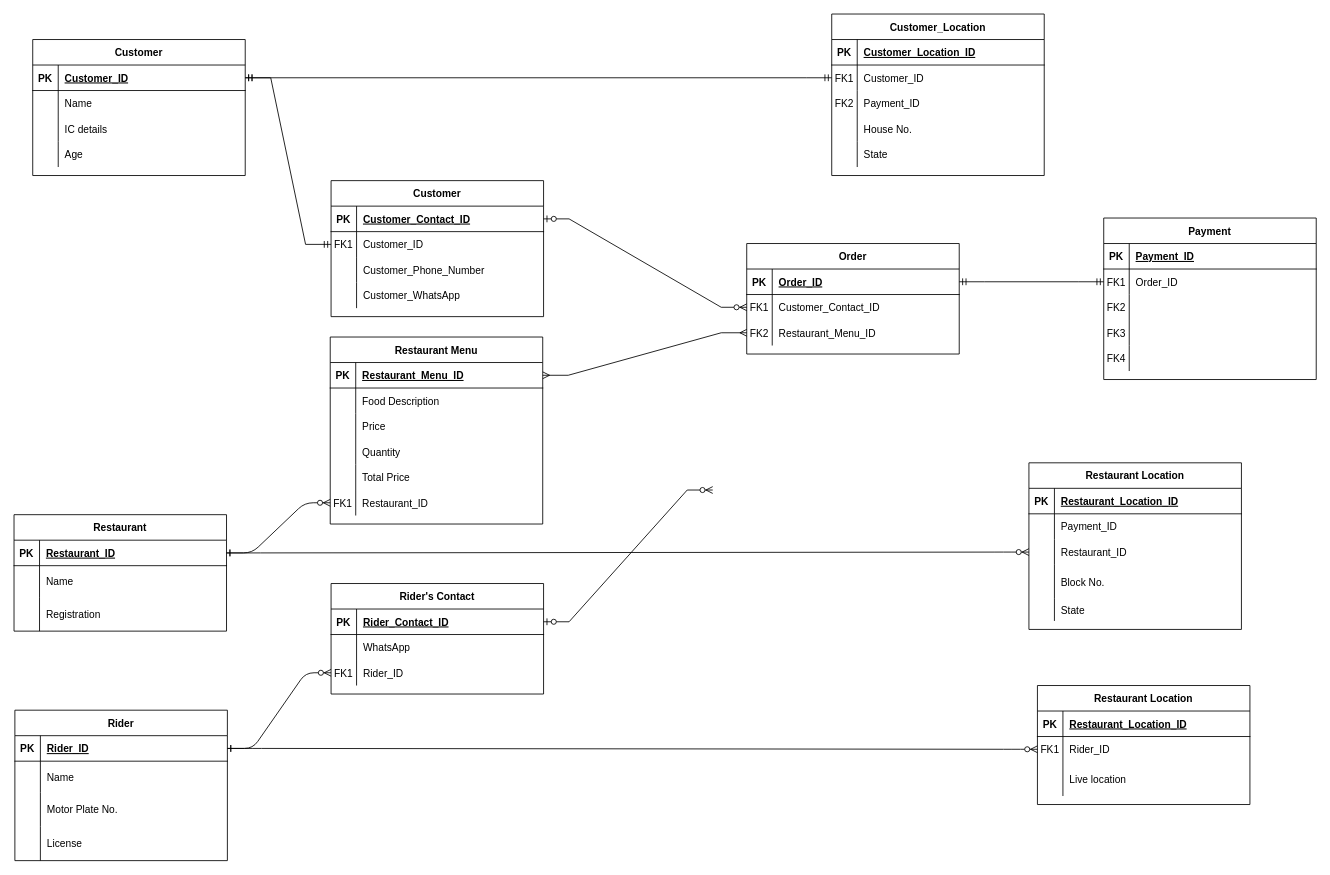
The draw.io diagram KuchingERD.drawio in AmirAini/BackEndDay1, before the edit. Source tidied: cells renumbered, new cells numbered last; positions are measured from the earlier drawing's top-left corner, leaving out a move shared by most shapes. Both pictures are drawn from the tidied source at 85%, with x=0, y=0 at pixel (14, 14).
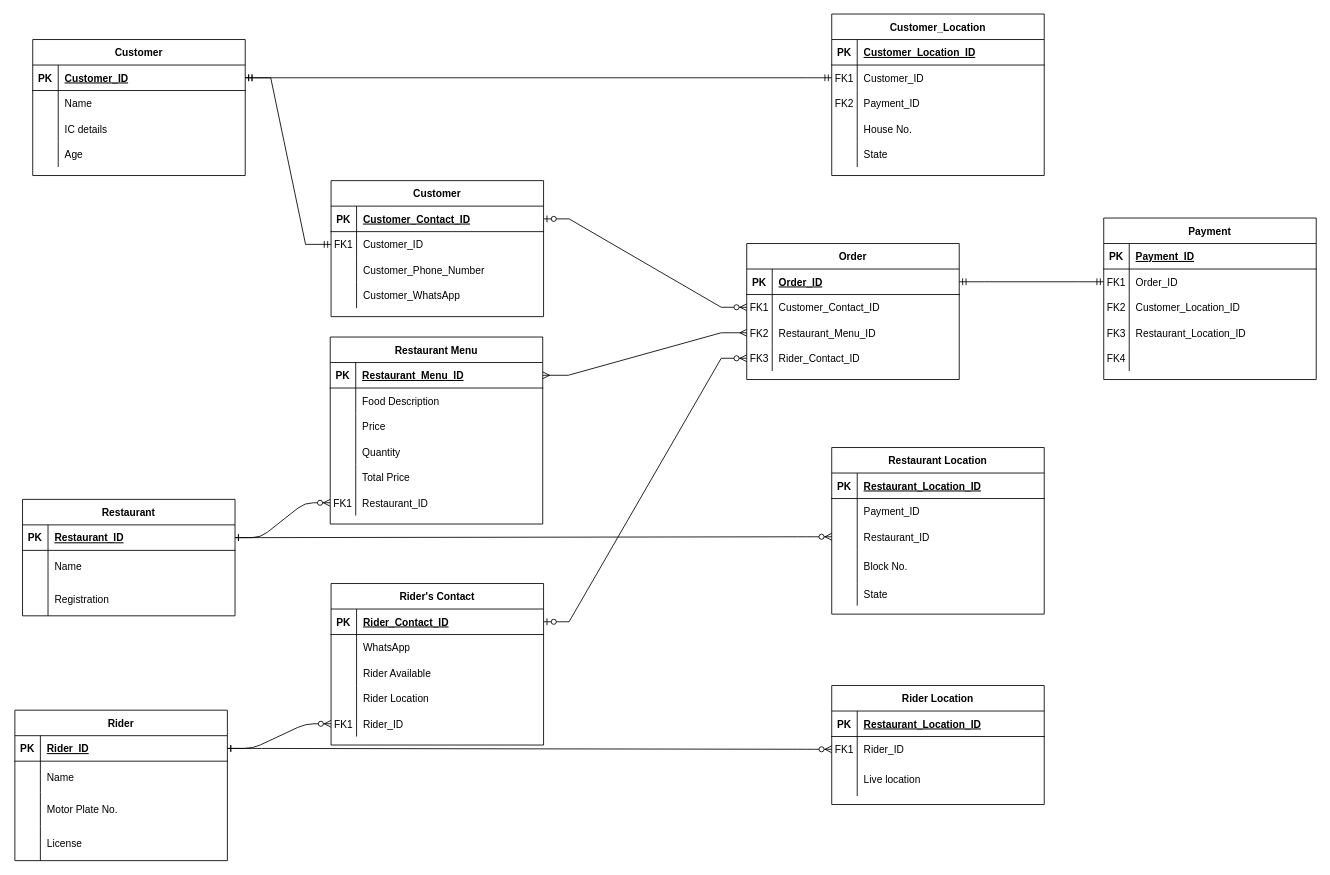
Above is the later version.

Unchanged cells that the change refers to:
```xml
<mxCell id="111" style="shape=partialRectangle;fillColor=none;top=0;left=0;right=0;bottom=0;" parent="104" vertex="1">
  <mxGeometry y="90" width="250" height="30" as="geometry" />
</mxCell>
<mxCell id="114" style="shape=partialRectangle;fillColor=none;top=0;left=0;right=0;bottom=0;" parent="104" vertex="1">
  <mxGeometry y="120" width="250" height="30" as="geometry" />
</mxCell>
<mxCell id="135" style="shape=partialRectangle;fillColor=none;points=[[0,0.5],[1,0.5]];portConstraint=eastwest;top=0;left=0;right=0;bottom=1;" parent="134" vertex="1">
  <mxGeometry y="30" width="250" height="30" as="geometry" />
</mxCell>
```

Diff of the diagram source:
```diff
@@
     <mxCell id="47" value="Restaurant" style="shape=table;startSize=30;childLayout=tableLayout;rowLines=0;fontStyle=1;align=center;" parent="1" vertex="1">
-      <mxGeometry y="589" width="250" height="137" as="geometry" />
+      <mxGeometry x="10" y="571" width="250" height="137" as="geometry" />
     </mxCell>
@@
     <mxCell id="58" value="Order" style="shape=table;startSize=30;childLayout=tableLayout;rowLines=0;fontStyle=1;align=center;" parent="1" vertex="1">
-      <mxGeometry x="862" y="270" width="250" height="130" as="geometry" />
+      <mxGeometry x="862" y="270" width="250" height="160" as="geometry" />
     </mxCell>
@@
+    <mxCell id="158" style="shape=partialRectangle;fillColor=none;points=[[0,0.5],[1,0.5]];portConstraint=eastwest;top=0;left=0;right=0;bottom=0;" parent="58" vertex="1">
+      <mxGeometry y="120" width="250" height="30" as="geometry" />
+    </mxCell>
+    <mxCell id="159" value="FK3" style="shape=partialRectangle;overflow=hidden;fillColor=none;top=0;left=0;bottom=0;right=0;" parent="158" vertex="1">
+      <mxGeometry width="30" height="30" as="geometry" />
+    </mxCell>
+    <mxCell id="160" value="Rider_Contact_ID" style="shape=partialRectangle;overflow=hidden;fillColor=none;top=0;left=0;bottom=0;right=0;align=left;spacingLeft=6;" parent="158" vertex="1">
+      <mxGeometry x="30" width="220" height="30" as="geometry" />
+    </mxCell>
     <mxCell id="68" value="Restaurant Location" style="shape=table;startSize=30;childLayout=tableLayout;rowLines=0;fontStyle=1;align=center;" parent="1" vertex="1">
-      <mxGeometry x="1194" y="528" width="250" height="196" as="geometry" />
+      <mxGeometry x="962" y="510" width="250" height="196" as="geometry" />
     </mxCell>
@@
-    <mxCell id="113" style="shape=partialRectangle;overflow=hidden;fillColor=none;top=0;left=0;bottom=0;right=0;align=left;spacingLeft=6;" parent="111" vertex="1">
+    <mxCell id="113" value="Customer_Location_ID" style="shape=partialRectangle;overflow=hidden;fillColor=none;top=0;left=0;bottom=0;right=0;align=left;spacingLeft=6;" parent="111" vertex="1">
       <mxGeometry x="30" width="220" height="30" as="geometry" />
     </mxCell>
@@
-    <mxCell id="116" style="shape=partialRectangle;overflow=hidden;fillColor=none;top=0;left=0;bottom=0;right=0;align=left;spacingLeft=6;" parent="114" vertex="1">
+    <mxCell id="116" value="Restaurant_Location_ID" style="shape=partialRectangle;overflow=hidden;fillColor=none;top=0;left=0;bottom=0;right=0;align=left;spacingLeft=6;" parent="114" vertex="1">
       <mxGeometry x="30" width="220" height="30" as="geometry" />
     </mxCell>
@@
     <mxCell id="134" value="Rider's Contact" style="shape=table;startSize=30;childLayout=tableLayout;rowLines=0;fontStyle=1;align=center;" parent="1" vertex="1">
-      <mxGeometry x="373" y="670" width="250" height="130" as="geometry" />
+      <mxGeometry x="373" y="670" width="250" height="190" as="geometry" />
     </mxCell>
@@
+    <mxCell id="161" style="shape=partialRectangle;fillColor=none;top=0;left=0;right=0;bottom=0;" parent="134" vertex="1">
+      <mxGeometry y="90" width="250" height="30" as="geometry" />
+    </mxCell>
+    <mxCell id="162" style="shape=partialRectangle;overflow=hidden;fillColor=none;top=0;left=0;bottom=0;right=0;" parent="161" vertex="1">
+      <mxGeometry width="30" height="30" as="geometry" />
+    </mxCell>
+    <mxCell id="163" value="Rider Available" style="shape=partialRectangle;overflow=hidden;fillColor=none;top=0;left=0;bottom=0;right=0;align=left;spacingLeft=6;" parent="161" vertex="1">
+      <mxGeometry x="30" width="220" height="30" as="geometry" />
+    </mxCell>
+    <mxCell id="164" style="shape=partialRectangle;fillColor=none;top=0;left=0;right=0;bottom=0;" parent="134" vertex="1">
+      <mxGeometry y="120" width="250" height="30" as="geometry" />
+    </mxCell>
+    <mxCell id="165" style="shape=partialRectangle;overflow=hidden;fillColor=none;top=0;left=0;bottom=0;right=0;" parent="164" vertex="1">
+      <mxGeometry width="30" height="30" as="geometry" />
+    </mxCell>
+    <mxCell id="166" value="Rider Location " style="shape=partialRectangle;overflow=hidden;fillColor=none;top=0;left=0;bottom=0;right=0;align=left;spacingLeft=6;" parent="164" vertex="1">
+      <mxGeometry x="30" width="220" height="30" as="geometry" />
+    </mxCell>
     <mxCell id="141" style="shape=partialRectangle;fillColor=none;points=[[0,0.5],[1,0.5]];portConstraint=eastwest;top=0;left=0;right=0;bottom=0;" parent="134" vertex="1">
-      <mxGeometry y="90" width="250" height="30" as="geometry" />
+      <mxGeometry y="150" width="250" height="30" as="geometry" />
     </mxCell>
@@
-    <mxCell id="144" style="edgeStyle=entityRelationEdgeStyle;fontSize=12;html=1;endArrow=ERzeroToMany;startArrow=ERzeroToOne;rounded=0;exitX=1;exitY=0.5;exitDx=0;exitDy=0;" parent="1" edge="1" source="135">
-      <mxGeometry relative="1" as="geometry">
-        <mxPoint x="822" y="560" as="targetPoint" />
-      </mxGeometry>
+    <mxCell id="144" style="edgeStyle=entityRelationEdgeStyle;fontSize=12;html=1;endArrow=ERzeroToMany;startArrow=ERzeroToOne;rounded=0;exitX=1;exitY=0.5;exitDx=0;exitDy=0;" parent="1" edge="1" source="135" target="158">
+      <mxGeometry relative="1" as="geometry" />
     </mxCell>
@@
-    <mxCell id="146" value="Restaurant Location" style="shape=table;startSize=30;childLayout=tableLayout;rowLines=0;fontStyle=1;align=center;" parent="1" vertex="1">
-      <mxGeometry x="1204" y="790" width="250" height="140" as="geometry" />
+    <mxCell id="146" value="Rider Location" style="shape=table;startSize=30;childLayout=tableLayout;rowLines=0;fontStyle=1;align=center;" parent="1" vertex="1">
+      <mxGeometry x="962" y="790" width="250" height="140" as="geometry" />
     </mxCell>
```
